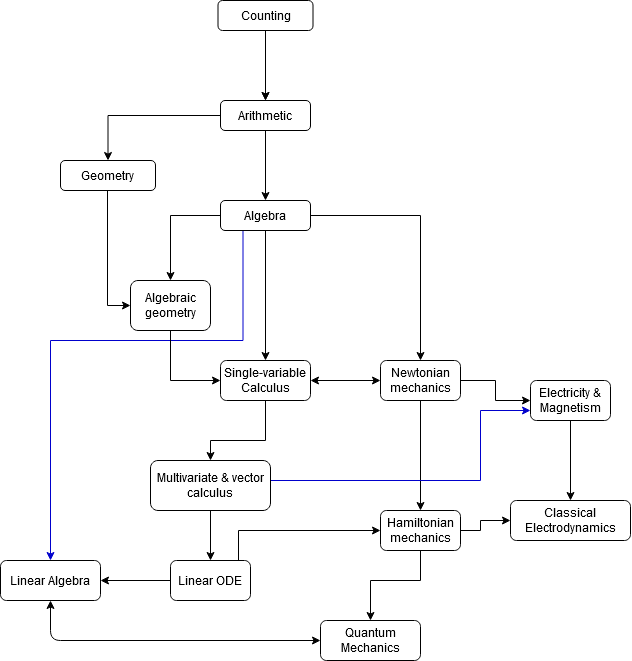
Above: folder/Knowledge tech tree.png in MangledPotat0/knowledge_tech_tree (draw.io), before the change. Source tidied: cells renumbered, new cells last; positions are measured from the earlier drawing's top-left corner, leaving out a move shared by most shapes.
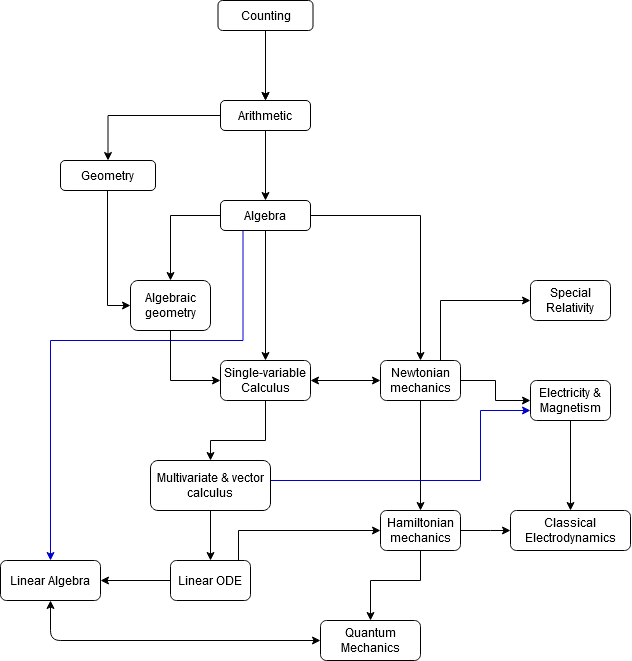
Above is the later version.

Change to the diagram source:
```diff
@@ -88,6 +88,9 @@
     <mxCell id="20" style="edgeStyle=orthogonalEdgeStyle;rounded=0;jettySize=auto;html=1;entryX=0;entryY=0.5;entryDx=0;entryDy=0;" parent="1" edge="1" source="21" target="26">
       <mxGeometry relative="1" as="geometry" />
     </mxCell>
+    <mxCell id="38" style="edgeStyle=orthogonalEdgeStyle;rounded=0;jettySize=auto;html=1;exitX=0.75;exitY=0;exitDx=0;exitDy=0;entryX=0;entryY=0.5;entryDx=0;entryDy=0;strokeColor=#000000;" parent="1" edge="1" source="21" target="39">
+      <mxGeometry relative="1" as="geometry" />
+    </mxCell>
     <mxCell id="21" value="Newtonian mechanics" style="rounded=1;whiteSpace=wrap;html=1;" parent="1" vertex="1">
       <mxGeometry x="380" y="360" width="80" height="40" as="geometry" />
     </mxCell>
@@ -102,8 +105,8 @@
     <mxCell id="23" style="edgeStyle=orthogonalEdgeStyle;rounded=0;jettySize=auto;html=1;strokeColor=#000000;entryX=0;entryY=0.5;entryDx=0;entryDy=0;" parent="1" edge="1" source="24" target="37">
       <mxGeometry relative="1" as="geometry">
         <Array as="points">
-          <mxPoint x="480" y="530" />
-          <mxPoint x="480" y="520" />
+          <mxPoint x="490" y="530" />
+          <mxPoint x="490" y="530" />
         </Array>
       </mxGeometry>
     </mxCell>
@@ -160,7 +163,10 @@
       </mxGeometry>
     </mxCell>
     <mxCell id="37" value="Classical Electrodynamics" style="rounded=1;whiteSpace=wrap;html=1;" parent="1" vertex="1">
-      <mxGeometry x="510" y="500" width="120" height="40" as="geometry" />
+      <mxGeometry x="510" y="510" width="120" height="40" as="geometry" />
     </mxCell>
+    <mxCell id="39" value="Special Relativity" style="rounded=1;whiteSpace=wrap;html=1;" parent="1" vertex="1">
+      <mxGeometry x="530" y="280" width="80" height="40" as="geometry" />
+    </mxCell>
   </root>
 </mxGraphModel>
```
